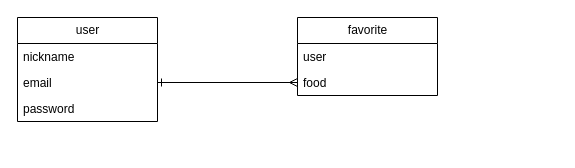
Before: db.dio in nakayu08/today_recipe, a draw.io diagram. Source tidied: cells renumbered, new cells numbered last; positions are measured from the earlier drawing's top-left corner, leaving out a move shared by most shapes. Both pictures are drawn from the tidied source at 100%, with x=0, y=0 at pixel (17, 17).
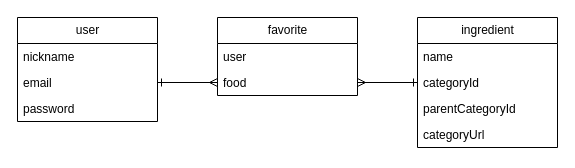
The same diagram, later.

Commit message:
データーベース図の修正

What changed in the source:
```diff
@@
 <mxGraphModel>
   <root>
     <mxCell id="0" />
     <mxCell id="1" parent="0" />
     <mxCell id="2" value="user" style="swimlane;fontStyle=0;horizontal=1;startSize=26;fillColor=none;html=1;" parent="1" vertex="1">
       <mxGeometry width="140" height="104" as="geometry" />
     </mxCell>
     <mxCell id="3" value="nickname" style="text;strokeColor=none;fillColor=none;align=left;verticalAlign=top;spacingLeft=4;spacingRight=4;overflow=hidden;whiteSpace=wrap;html=1;" parent="2" vertex="1">
       <mxGeometry y="26" width="140" height="26" as="geometry" />
     </mxCell>
     <mxCell id="4" value="email" style="text;strokeColor=none;fillColor=none;align=left;verticalAlign=top;spacingLeft=4;spacingRight=4;overflow=hidden;points=[[0,0.5],[1,0.5]];portConstraint=eastwest;whiteSpace=wrap;html=1;" parent="2" vertex="1">
       <mxGeometry y="52" width="140" height="26" as="geometry" />
     </mxCell>
     <mxCell id="5" value="password" style="text;strokeColor=none;fillColor=none;align=left;verticalAlign=top;spacingLeft=4;spacingRight=4;overflow=hidden;whiteSpace=wrap;html=1;" parent="2" vertex="1">
       <mxGeometry y="78" width="140" height="26" as="geometry" />
     </mxCell>
     <mxCell id="6" value="favorite" style="swimlane;fontStyle=0;horizontal=1;startSize=26;fillColor=none;html=1;" parent="1" vertex="1">
-      <mxGeometry x="280" width="140" height="78" as="geometry" />
+      <mxGeometry x="200" width="140" height="78" as="geometry" />
     </mxCell>
     <mxCell id="7" value="user" style="text;strokeColor=none;fillColor=none;align=left;verticalAlign=top;spacingLeft=4;spacingRight=4;overflow=hidden;whiteSpace=wrap;html=1;" parent="6" vertex="1">
       <mxGeometry y="26" width="140" height="26" as="geometry" />
     </mxCell>
     <mxCell id="8" value="food" style="text;strokeColor=none;fillColor=none;align=left;verticalAlign=top;spacingLeft=4;spacingRight=4;overflow=hidden;points=[[0,0.5],[1,0.5]];portConstraint=eastwest;whiteSpace=wrap;html=1;" parent="6" vertex="1">
       <mxGeometry y="52" width="140" height="26" as="geometry" />
     </mxCell>
     <mxCell id="9" style="edgeStyle=none;html=1;exitX=1;exitY=0.5;exitDx=0;exitDy=0;entryX=0;entryY=0.5;entryDx=0;entryDy=0;startArrow=ERone;startFill=0;endArrow=ERmany;endFill=0;" parent="1" edge="1" source="4" target="8">
       <mxGeometry relative="1" as="geometry" />
     </mxCell>
+    <mxCell id="10" value="ingredient" style="swimlane;fontStyle=0;horizontal=1;startSize=26;fillColor=none;html=1;" parent="1" vertex="1">
+      <mxGeometry x="400" width="140" height="130" as="geometry" />
+    </mxCell>
+    <mxCell id="11" value="name" style="text;strokeColor=none;fillColor=none;align=left;verticalAlign=top;spacingLeft=4;spacingRight=4;overflow=hidden;whiteSpace=wrap;html=1;" parent="10" vertex="1">
+      <mxGeometry y="26" width="140" height="26" as="geometry" />
+    </mxCell>
+    <mxCell id="12" value="categoryId" style="text;strokeColor=none;fillColor=none;align=left;verticalAlign=top;spacingLeft=4;spacingRight=4;overflow=hidden;whiteSpace=wrap;html=1;" parent="10" vertex="1">
+      <mxGeometry y="52" width="140" height="26" as="geometry" />
+    </mxCell>
+    <mxCell id="13" value="parentCategoryId" style="text;strokeColor=none;fillColor=none;align=left;verticalAlign=top;spacingLeft=4;spacingRight=4;overflow=hidden;whiteSpace=wrap;html=1;" parent="10" vertex="1">
+      <mxGeometry y="78" width="140" height="26" as="geometry" />
+    </mxCell>
+    <mxCell id="14" value="categoryUrl" style="text;strokeColor=none;fillColor=none;align=left;verticalAlign=top;spacingLeft=4;spacingRight=4;overflow=hidden;whiteSpace=wrap;html=1;" parent="10" vertex="1">
+      <mxGeometry y="104" width="140" height="26" as="geometry" />
+    </mxCell>
+    <mxCell id="15" style="edgeStyle=none;html=1;exitX=1;exitY=0.5;exitDx=0;exitDy=0;entryX=0;entryY=0.5;entryDx=0;entryDy=0;startArrow=ERmany;startFill=0;endArrow=ERone;endFill=0;" parent="1" edge="1" source="8" target="10">
+      <mxGeometry relative="1" as="geometry" />
+    </mxCell>
   </root>
 </mxGraphModel>
```
